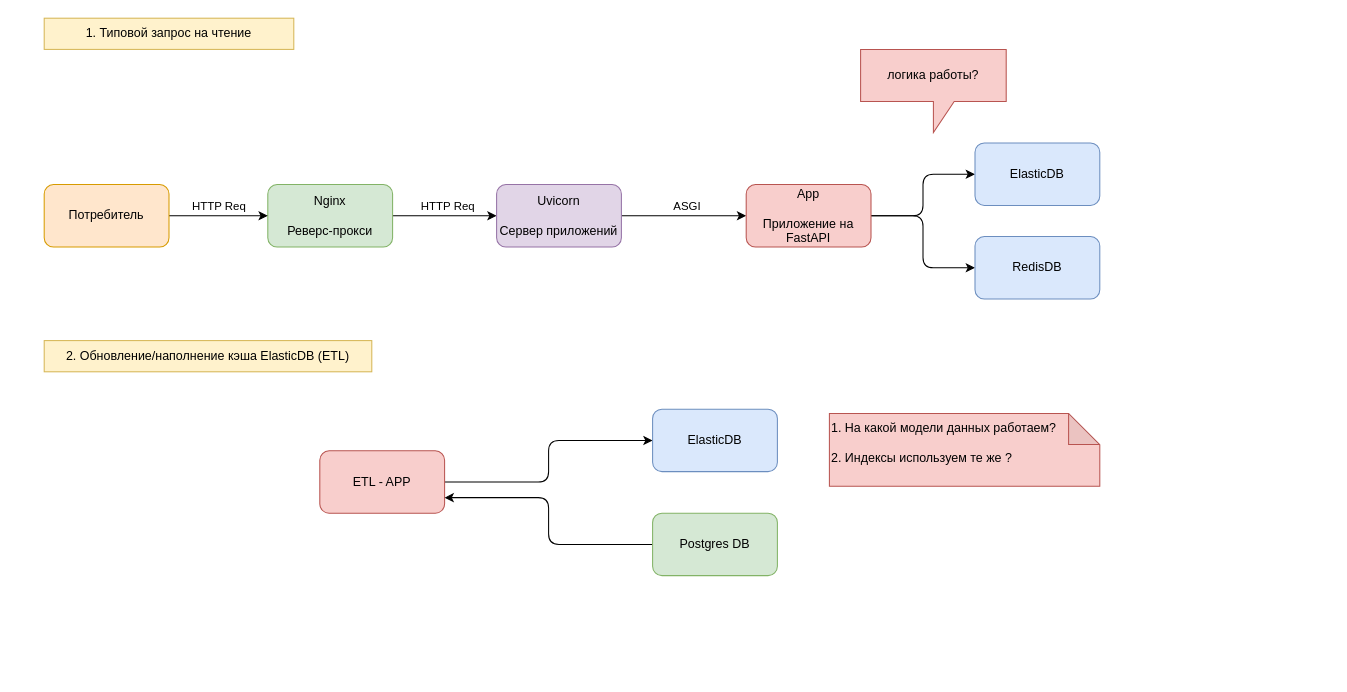
The draw.io diagram docs/archi-1.drawio in rinatkaa/my_public_etl, before the edit. Source tidied: cells renumbered, new cells numbered last; positions are measured from the earlier drawing's top-left corner, leaving out a move shared by most shapes. Both pictures are drawn from the tidied source at 104%, with x=0, y=0 at pixel (44, 18).
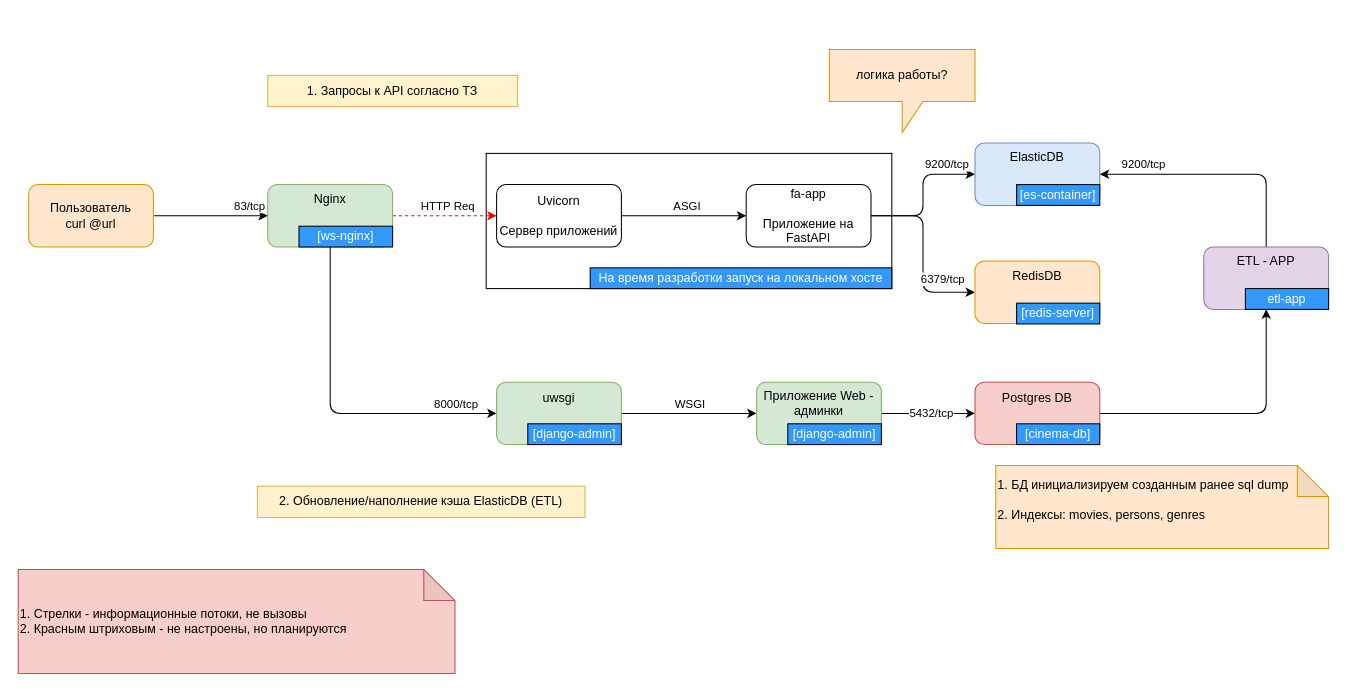
After the change.

The change refers to these unchanged cells:
```xml
<mxCell id="8" style="edgeStyle=orthogonalEdgeStyle;rounded=1;jettySize=auto;html=1;entryX=0;entryY=0.5;entryDx=0;entryDy=0;curved=0;" parent="1" edge="1" source="10" target="15">
  <mxGeometry relative="1" as="geometry" />
</mxCell>
<mxCell id="9" style="edgeStyle=orthogonalEdgeStyle;rounded=1;jettySize=auto;html=1;entryX=0;entryY=0.5;entryDx=0;entryDy=0;curved=0;" parent="1" edge="1" source="10" target="24">
  <mxGeometry relative="1" as="geometry" />
</mxCell>
<mxCell id="12" style="edgeStyle=orthogonalEdgeStyle;rounded=0;jettySize=auto;html=1;entryX=0;entryY=0.5;entryDx=0;entryDy=0;" parent="1" edge="1" source="14" target="4">
  <mxGeometry relative="1" as="geometry" />
</mxCell>
```

What changed in the source:
```diff
@@
+    <mxCell id="25" style="rounded=0;whiteSpace=wrap;html=1;" parent="1" vertex="1">
+      <mxGeometry x="425" y="130" width="390" height="130" as="geometry" />
+    </mxCell>
-    <mxCell id="2" style="edgeStyle=orthogonalEdgeStyle;rounded=0;jettySize=auto;html=1;entryX=0;entryY=0.5;entryDx=0;entryDy=0;" parent="1" edge="1" source="4" target="7">
+    <mxCell id="2" style="edgeStyle=orthogonalEdgeStyle;rounded=0;jettySize=auto;html=1;entryX=0;entryY=0.5;entryDx=0;entryDy=0;dashed=1;strokeColor=#FF0000;" parent="1" edge="1" source="4" target="7">
       <mxGeometry relative="1" as="geometry" />
     </mxCell>
@@
-    <mxCell id="4" value="Nginx&lt;div&gt;&lt;br&gt;&lt;/div&gt;&lt;div&gt;Реверс-прокси&lt;/div&gt;" style="rounded=1;whiteSpace=wrap;html=1;fillColor=#d5e8d4;strokeColor=#82b366;" parent="1" vertex="1">
+    <mxCell id="4" value="Nginx" style="rounded=1;whiteSpace=wrap;html=1;fillColor=#d5e8d4;strokeColor=#82b366;verticalAlign=top;" parent="1" vertex="1">
       <mxGeometry x="215" y="160" width="120" height="60" as="geometry" />
     </mxCell>
@@
-    <mxCell id="7" value="Uvicorn&lt;div&gt;&lt;br&gt;&lt;div&gt;Сервер приложений&lt;/div&gt;&lt;/div&gt;" style="rounded=1;whiteSpace=wrap;html=1;fillColor=#e1d5e7;strokeColor=#9673a6;" parent="1" vertex="1">
+    <mxCell id="7" value="Uvicorn&lt;div&gt;&lt;br&gt;&lt;div&gt;Сервер приложений&lt;/div&gt;&lt;/div&gt;" style="rounded=1;whiteSpace=wrap;html=1;" parent="1" vertex="1">
       <mxGeometry x="435" y="160" width="120" height="60" as="geometry" />
     </mxCell>
@@
+    <mxCell id="26" value="9200/tcp" style="edgeLabel;html=1;align=center;verticalAlign=middle;" parent="8" vertex="1">
+      <mxGeometry x="0.6" relative="1" as="geometry">
+        <mxPoint y="-10" as="offset" />
+      </mxGeometry>
+    </mxCell>
@@
+    <mxCell id="27" style="edgeLabel;html=1;align=center;verticalAlign=middle;" parent="9" vertex="1">
+      <mxGeometry x="0.63" y="2" relative="1" as="geometry">
+        <mxPoint x="1" y="1" as="offset" />
+      </mxGeometry>
+    </mxCell>
+    <mxCell id="28" value="6379/tcp" style="edgeLabel;html=1;align=center;verticalAlign=middle;" parent="9" vertex="1">
+      <mxGeometry x="0.63" y="-1" relative="1" as="geometry">
+        <mxPoint x="1" y="-14" as="offset" />
+      </mxGeometry>
+    </mxCell>
-    <mxCell id="10" value="App&lt;div&gt;&lt;br&gt;&lt;div&gt;Приложение на FastAPI&lt;/div&gt;&lt;/div&gt;" style="rounded=1;whiteSpace=wrap;html=1;fillColor=#f8cecc;strokeColor=#b85450;" parent="1" vertex="1">
+    <mxCell id="10" value="fa-app&lt;div&gt;&lt;br&gt;&lt;div&gt;Приложение на FastAPI&lt;/div&gt;&lt;/div&gt;" style="rounded=1;whiteSpace=wrap;html=1;" parent="1" vertex="1">
       <mxGeometry x="675" y="160" width="120" height="60" as="geometry" />
     </mxCell>
-    <mxCell id="11" value="1. Типовой запрос на чтение" style="text;html=1;whiteSpace=wrap;strokeColor=#d6b656;fillColor=#fff2cc;align=center;verticalAlign=middle;rounded=0;" parent="1" vertex="1">
-      <mxGeometry width="240" height="30" as="geometry" />
+    <mxCell id="11" value="1. Запросы к API согласно ТЗ" style="text;html=1;whiteSpace=wrap;strokeColor=#d6b656;fillColor=#fff2cc;align=center;verticalAlign=middle;rounded=0;" parent="1" vertex="1">
+      <mxGeometry x="215" y="55" width="240" height="30" as="geometry" />
     </mxCell>
@@
-    <mxCell id="13" value="HTTP Req" style="edgeLabel;html=1;align=center;verticalAlign=middle;" parent="12" vertex="1">
-      <mxGeometry x="-0.02" y="-2" relative="1" as="geometry">
-        <mxPoint y="-12" as="offset" />
-      </mxGeometry>
-    </mxCell>
+    <mxCell id="29" value="&amp;nbsp;83/tcp" style="edgeLabel;html=1;align=center;verticalAlign=middle;" parent="12" vertex="1">
+      <mxGeometry x="-0.11" y="7" relative="1" as="geometry">
+        <mxPoint x="41" y="-3" as="offset" />
+      </mxGeometry>
+    </mxCell>
-    <mxCell id="14" value="Потребитель" style="rounded=1;whiteSpace=wrap;html=1;fillColor=#ffe6cc;strokeColor=#d79b00;" parent="1" vertex="1">
-      <mxGeometry y="160" width="120" height="60" as="geometry" />
+    <mxCell id="14" value="Пользователь&lt;div&gt;curl @url&lt;/div&gt;" style="rounded=1;whiteSpace=wrap;html=1;fillColor=#ffe6cc;strokeColor=#d79b00;" parent="1" vertex="1">
+      <mxGeometry x="-15" y="160" width="120" height="60" as="geometry" />
     </mxCell>
-    <mxCell id="15" value="ElasticDB" style="rounded=1;whiteSpace=wrap;html=1;fillColor=#dae8fc;strokeColor=#6c8ebf;" parent="1" vertex="1">
+    <mxCell id="15" value="ElasticDB" style="rounded=1;whiteSpace=wrap;html=1;fillColor=#dae8fc;strokeColor=#6c8ebf;verticalAlign=top;" parent="1" vertex="1">
       <mxGeometry x="895" y="120" width="120" height="60" as="geometry" />
     </mxCell>
     <mxCell id="16" value="2. Обновление/наполнение кэша ElasticDB (ETL)" style="text;html=1;whiteSpace=wrap;strokeColor=#d6b656;fillColor=#fff2cc;align=center;verticalAlign=middle;rounded=0;" parent="1" vertex="1">
-      <mxGeometry y="310" width="315" height="30" as="geometry" />
+      <mxGeometry x="205" y="450" width="315" height="30" as="geometry" />
     </mxCell>
-    <mxCell id="17" style="edgeStyle=orthogonalEdgeStyle;rounded=1;jettySize=auto;html=1;entryX=0;entryY=0.5;entryDx=0;entryDy=0;curved=0;" parent="1" edge="1" source="18" target="19">
-      <mxGeometry relative="1" as="geometry" />
-    </mxCell>
+    <mxCell id="30" style="edgeStyle=orthogonalEdgeStyle;rounded=1;jettySize=auto;html=1;entryX=1;entryY=0.5;entryDx=0;entryDy=0;exitX=0.5;exitY=0;exitDx=0;exitDy=0;curved=0;" parent="1" edge="1" source="18" target="15">
+      <mxGeometry relative="1" as="geometry" />
+    </mxCell>
+    <mxCell id="31" style="edgeLabel;html=1;align=center;verticalAlign=middle;" parent="30" vertex="1">
+      <mxGeometry x="0.7" y="-1" relative="1" as="geometry" />
+    </mxCell>
+    <mxCell id="32" value="9200/tcp" style="edgeLabel;html=1;align=center;verticalAlign=middle;" parent="30" vertex="1">
+      <mxGeometry x="0.64" relative="1" as="geometry">
+        <mxPoint y="-10" as="offset" />
+      </mxGeometry>
+    </mxCell>
-    <mxCell id="18" value="ETL - APP" style="rounded=1;whiteSpace=wrap;html=1;fillColor=#f8cecc;strokeColor=#b85450;" parent="1" vertex="1">
-      <mxGeometry x="265" y="416" width="120" height="60" as="geometry" />
+    <mxCell id="18" value="ETL - APP" style="rounded=1;whiteSpace=wrap;html=1;fillColor=#e1d5e7;strokeColor=#9673a6;verticalAlign=top;" parent="1" vertex="1">
+      <mxGeometry x="1115" y="220" width="120" height="60" as="geometry" />
     </mxCell>
-    <mxCell id="19" value="ElasticDB" style="rounded=1;whiteSpace=wrap;html=1;fillColor=#dae8fc;strokeColor=#6c8ebf;" parent="1" vertex="1">
-      <mxGeometry x="585" y="376" width="120" height="60" as="geometry" />
-    </mxCell>
-    <mxCell id="20" style="edgeStyle=orthogonalEdgeStyle;rounded=1;jettySize=auto;html=1;entryX=1;entryY=0.75;entryDx=0;entryDy=0;curved=0;" parent="1" edge="1" source="21" target="18">
+    <mxCell id="20" style="edgeStyle=orthogonalEdgeStyle;rounded=1;jettySize=auto;html=1;entryX=0.5;entryY=1;entryDx=0;entryDy=0;curved=0;" parent="1" edge="1" source="21" target="18">
       <mxGeometry relative="1" as="geometry" />
     </mxCell>
-    <mxCell id="21" value="Postgres DB" style="rounded=1;whiteSpace=wrap;html=1;fillColor=#d5e8d4;strokeColor=#82b366;" parent="1" vertex="1">
-      <mxGeometry x="585" y="476" width="120" height="60" as="geometry" />
+    <mxCell id="21" value="Postgres DB&lt;div&gt;&lt;br&gt;&lt;/div&gt;&lt;div&gt;&lt;br&gt;&lt;/div&gt;" style="rounded=1;whiteSpace=wrap;html=1;fillColor=#f8cecc;strokeColor=#b85450;" parent="1" vertex="1">
+      <mxGeometry x="895" y="350" width="120" height="60" as="geometry" />
     </mxCell>
-    <mxCell id="22" value="1. На какой модели данных работаем?&lt;div&gt;&lt;br&gt;&lt;/div&gt;&lt;div&gt;2. Индексы используем те же ?&lt;/div&gt;&lt;div&gt;&lt;br&gt;&lt;/div&gt;" style="shape=note;whiteSpace=wrap;html=1;backgroundOutline=1;darkOpacity=0.05;fillColor=#f8cecc;strokeColor=#b85450;align=left;" parent="1" vertex="1">
-      <mxGeometry x="755" y="380" width="260" height="70" as="geometry" />
+    <mxCell id="22" value="1. БД инициализируем созданным ранее sql dump&amp;nbsp;&lt;div&gt;&lt;br&gt;&lt;/div&gt;&lt;div&gt;2. Индексы: movies, persons, genres&lt;/div&gt;&lt;div&gt;&lt;br&gt;&lt;/div&gt;" style="shape=note;whiteSpace=wrap;html=1;backgroundOutline=1;darkOpacity=0.05;fillColor=#ffe6cc;strokeColor=#d79b00;align=left;" parent="1" vertex="1">
+      <mxGeometry x="915" y="430" width="320" height="80" as="geometry" />
     </mxCell>
-    <mxCell id="23" value="логика работы?" style="shape=callout;whiteSpace=wrap;html=1;perimeter=calloutPerimeter;fillColor=#f8cecc;strokeColor=#b85450;" parent="1" vertex="1">
-      <mxGeometry x="785" y="30" width="140" height="80" as="geometry" />
+    <mxCell id="23" value="логика работы?" style="shape=callout;whiteSpace=wrap;html=1;perimeter=calloutPerimeter;fillColor=#ffe6cc;strokeColor=#d79b00;" parent="1" vertex="1">
+      <mxGeometry x="755" y="30" width="140" height="80" as="geometry" />
     </mxCell>
-    <mxCell id="24" value="RedisDB" style="rounded=1;whiteSpace=wrap;html=1;fillColor=#dae8fc;strokeColor=#6c8ebf;" parent="1" vertex="1">
-      <mxGeometry x="895" y="210" width="120" height="60" as="geometry" />
+    <mxCell id="24" value="RedisDB" style="rounded=1;whiteSpace=wrap;html=1;fillColor=#ffe6cc;strokeColor=#d79b00;verticalAlign=top;" parent="1" vertex="1">
+      <mxGeometry x="895" y="233.5" width="120" height="60" as="geometry" />
     </mxCell>
+    <mxCell id="33" style="edgeStyle=orthogonalEdgeStyle;rounded=0;jettySize=auto;html=1;exitX=1;exitY=0.5;exitDx=0;exitDy=0;" parent="1" edge="1" source="40" target="21">
+      <mxGeometry relative="1" as="geometry" />
+    </mxCell>
+    <mxCell id="34" value="5432/tcp" style="edgeLabel;html=1;align=center;verticalAlign=middle;" parent="33" vertex="1">
+      <mxGeometry x="0.04" y="1" relative="1" as="geometry" />
+    </mxCell>
+    <mxCell id="35" style="edgeStyle=orthogonalEdgeStyle;rounded=1;jettySize=auto;html=1;exitX=0.5;exitY=1;exitDx=0;exitDy=0;entryX=0;entryY=0.5;entryDx=0;entryDy=0;curved=0;" parent="1" edge="1" source="4" target="39">
+      <mxGeometry relative="1" as="geometry" />
+    </mxCell>
+    <mxCell id="36" value="8000/tcp" style="edgeLabel;html=1;align=center;verticalAlign=middle;" parent="35" vertex="1">
+      <mxGeometry x="0.56" y="-2" relative="1" as="geometry">
+        <mxPoint x="30" y="-12" as="offset" />
+      </mxGeometry>
+    </mxCell>
+    <mxCell id="37" style="edgeStyle=orthogonalEdgeStyle;rounded=0;jettySize=auto;html=1;entryX=0;entryY=0.5;entryDx=0;entryDy=0;" parent="1" edge="1" source="39" target="40">
+      <mxGeometry relative="1" as="geometry" />
+    </mxCell>
+    <mxCell id="38" value="WSGI" style="edgeLabel;html=1;align=center;verticalAlign=middle;" parent="37" vertex="1">
+      <mxGeometry x="-0.18" relative="1" as="geometry">
+        <mxPoint x="12" y="-10" as="offset" />
+      </mxGeometry>
+    </mxCell>
+    <mxCell id="39" value="uwsgi&lt;div&gt;&lt;br&gt;&lt;div&gt;&lt;br&gt;&lt;/div&gt;&lt;/div&gt;" style="rounded=1;whiteSpace=wrap;html=1;fillColor=#d5e8d4;strokeColor=#82b366;" parent="1" vertex="1">
+      <mxGeometry x="435" y="350" width="120" height="60" as="geometry" />
+    </mxCell>
+    <mxCell id="40" value="Приложение Web - админки" style="rounded=1;whiteSpace=wrap;html=1;fillColor=#d5e8d4;strokeColor=#82b366;verticalAlign=top;" parent="1" vertex="1">
+      <mxGeometry x="685" y="350" width="120" height="60" as="geometry" />
+    </mxCell>
+    <mxCell id="41" value="&lt;font style=&quot;color: rgb(255, 255, 255);&quot;&gt;[es-container]&lt;/font&gt;" style="rounded=0;whiteSpace=wrap;html=1;fillColor=#3399FF;" parent="1" vertex="1">
+      <mxGeometry x="935" y="160" width="80" height="20" as="geometry" />
+    </mxCell>
+    <mxCell id="42" value="&lt;font style=&quot;color: rgb(255, 255, 255);&quot;&gt;[redis-server]&lt;/font&gt;" style="rounded=0;whiteSpace=wrap;html=1;fillColor=#3399FF;verticalAlign=middle;" parent="1" vertex="1">
+      <mxGeometry x="935" y="274" width="80" height="20" as="geometry" />
+    </mxCell>
+    <mxCell id="43" value="&lt;font style=&quot;color: rgb(255, 255, 255);&quot;&gt;etl-app&lt;/font&gt;" style="rounded=0;whiteSpace=wrap;html=1;fillColor=#3399FF;" parent="1" vertex="1">
+      <mxGeometry x="1155" y="260" width="80" height="20" as="geometry" />
+    </mxCell>
+    <mxCell id="44" value="&lt;font color=&quot;#ffffff&quot;&gt;[cinema-db]&lt;/font&gt;" style="rounded=0;whiteSpace=wrap;html=1;fillColor=#3399FF;verticalAlign=middle;" parent="1" vertex="1">
+      <mxGeometry x="935" y="390" width="80" height="20" as="geometry" />
+    </mxCell>
+    <mxCell id="45" value="&lt;font style=&quot;color: rgb(255, 255, 255);&quot;&gt;[django-admin]&lt;/font&gt;" style="rounded=0;whiteSpace=wrap;html=1;fillColor=#3399FF;verticalAlign=middle;" parent="1" vertex="1">
+      <mxGeometry x="715" y="390" width="90" height="20" as="geometry" />
+    </mxCell>
+    <mxCell id="46" value="&lt;font style=&quot;color: rgb(255, 255, 255);&quot;&gt;[ws-nginx]&lt;/font&gt;" style="rounded=0;whiteSpace=wrap;html=1;fillColor=#3399FF;verticalAlign=middle;" parent="1" vertex="1">
+      <mxGeometry x="245" y="200" width="90" height="20" as="geometry" />
+    </mxCell>
+    <mxCell id="47" value="&lt;font style=&quot;color: rgb(255, 255, 255);&quot;&gt;[django-admin]&lt;/font&gt;" style="rounded=0;whiteSpace=wrap;html=1;fillColor=#3399FF;verticalAlign=middle;" parent="1" vertex="1">
+      <mxGeometry x="465" y="390" width="90" height="20" as="geometry" />
+    </mxCell>
+    <mxCell id="48" value="&lt;font color=&quot;#ffffff&quot;&gt;На время разработки запуск на локальном хосте&lt;/font&gt;" style="rounded=0;whiteSpace=wrap;html=1;fillColor=#3399FF;verticalAlign=middle;" parent="1" vertex="1">
+      <mxGeometry x="525" y="240" width="290" height="20" as="geometry" />
+    </mxCell>
+    <mxCell id="49" value="1. Стрелки - информационные потоки, не вызовы&lt;div&gt;2. Красным штриховым - не настроены, но планируются&lt;/div&gt;" style="shape=note;whiteSpace=wrap;html=1;backgroundOutline=1;darkOpacity=0.05;align=left;fillColor=#f8cecc;strokeColor=#b85450;" parent="1" vertex="1">
+      <mxGeometry x="-25" y="530" width="420" height="100" as="geometry" />
+    </mxCell>
```
